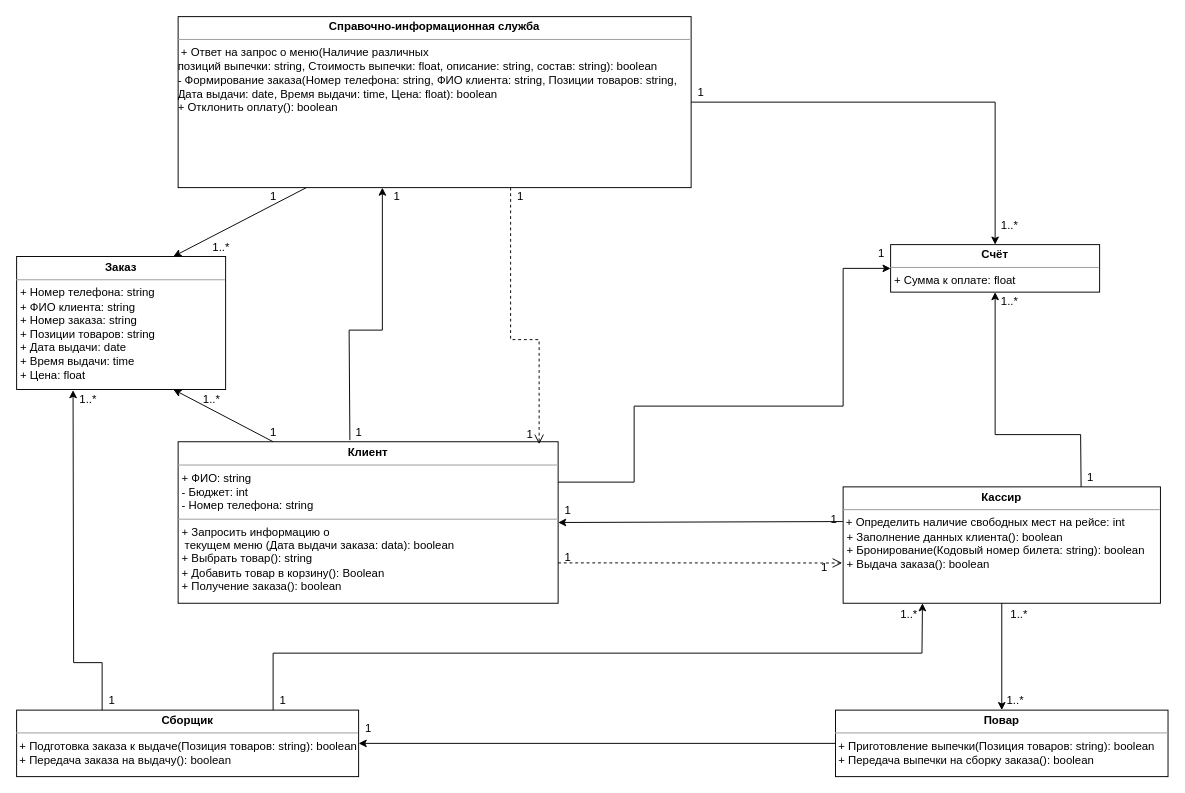
Before: page "Обоснование 5" (5 of 9) of Обоснование.drawio in Rattokun/ModelRep, a draw.io diagram. Source tidied: cells renumbered, new cells numbered last; positions are measured from the earlier drawing's top-left corner, leaving out a move shared by most shapes. Both pictures are drawn from the tidied source at 95%, with x=0, y=0 at pixel (16, 16).
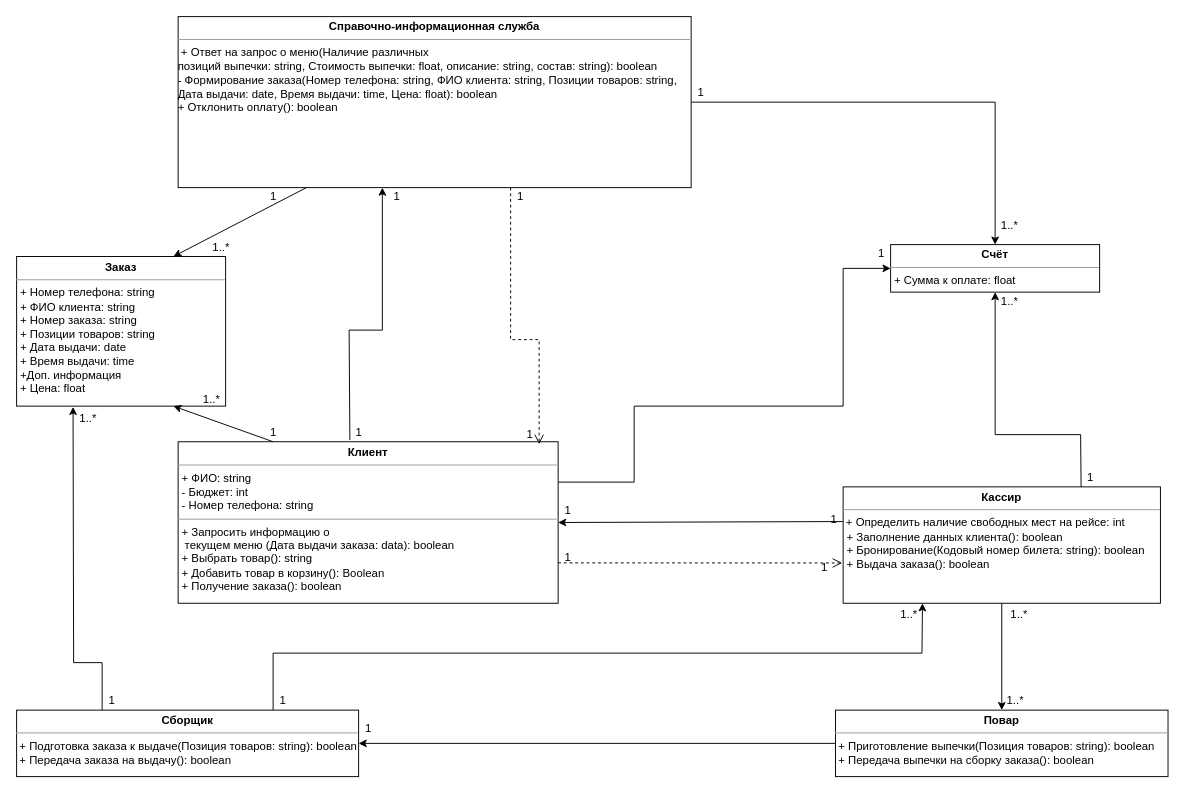
The same page after the edit.

Change to the diagram source:
```diff
@@
-    <mxCell id="3" value="&lt;p style=&quot;margin: 0px ; margin-top: 4px ; text-align: center&quot;&gt;&lt;b&gt;Заказ&lt;/b&gt;&lt;/p&gt;&lt;hr size=&quot;1&quot;&gt;&lt;p style=&quot;border-color: var(--border-color); margin: 0px 0px 0px 4px;&quot;&gt;+ Номер телефона: string&lt;/p&gt;&lt;p style=&quot;border-color: var(--border-color); margin: 0px 0px 0px 4px;&quot;&gt;+ ФИО клиента: string&lt;br&gt;+ Номер заказа: string&lt;br&gt;&lt;/p&gt;&lt;p style=&quot;margin: 0px ; margin-left: 4px&quot;&gt;+ Позиции товаров: string&lt;/p&gt;&lt;p style=&quot;margin: 0px ; margin-left: 4px&quot;&gt;+ Дата выдачи: date&lt;/p&gt;&lt;p style=&quot;margin: 0px ; margin-left: 4px&quot;&gt;+ Время выдачи: time&lt;br&gt;&lt;/p&gt;&lt;p style=&quot;margin: 0px ; margin-left: 4px&quot;&gt;+ Цена: float&lt;/p&gt;" style="verticalAlign=top;align=left;overflow=fill;fontSize=12;fontFamily=Helvetica;html=1;" parent="1" vertex="1">
-      <mxGeometry y="252.5" width="220" height="140" as="geometry" />
+    <mxCell id="3" value="&lt;p style=&quot;margin: 0px ; margin-top: 4px ; text-align: center&quot;&gt;&lt;b&gt;Заказ&lt;/b&gt;&lt;/p&gt;&lt;hr size=&quot;1&quot;&gt;&lt;p style=&quot;border-color: var(--border-color); margin: 0px 0px 0px 4px;&quot;&gt;+ Номер телефона: string&lt;/p&gt;&lt;p style=&quot;border-color: var(--border-color); margin: 0px 0px 0px 4px;&quot;&gt;+ ФИО клиента: string&lt;br&gt;+ Номер заказа: string&lt;br&gt;&lt;/p&gt;&lt;p style=&quot;margin: 0px ; margin-left: 4px&quot;&gt;+ Позиции товаров: string&lt;/p&gt;&lt;p style=&quot;margin: 0px ; margin-left: 4px&quot;&gt;+ Дата выдачи: date&lt;/p&gt;&lt;p style=&quot;margin: 0px ; margin-left: 4px&quot;&gt;+ Время выдачи: time&lt;br&gt;&lt;/p&gt;&lt;p style=&quot;margin: 0px ; margin-left: 4px&quot;&gt;+Доп. информация&lt;/p&gt;&lt;p style=&quot;margin: 0px ; margin-left: 4px&quot;&gt;+ Цена: float&lt;/p&gt;" style="verticalAlign=top;align=left;overflow=fill;fontSize=12;fontFamily=Helvetica;html=1;" parent="1" vertex="1">
+      <mxGeometry y="252.5" width="220" height="157.5" as="geometry" />
     </mxCell>
@@
     <mxCell id="41" value="1..*" style="text;html=1;align=center;verticalAlign=middle;strokeColor=none;fillColor=none;fontSize=12;fontColor=default;" parent="1" vertex="1">
-      <mxGeometry x="60" y="392.5" width="30" height="20" as="geometry" />
+      <mxGeometry x="60" y="412.5" width="30" height="20" as="geometry" />
     </mxCell>
```
